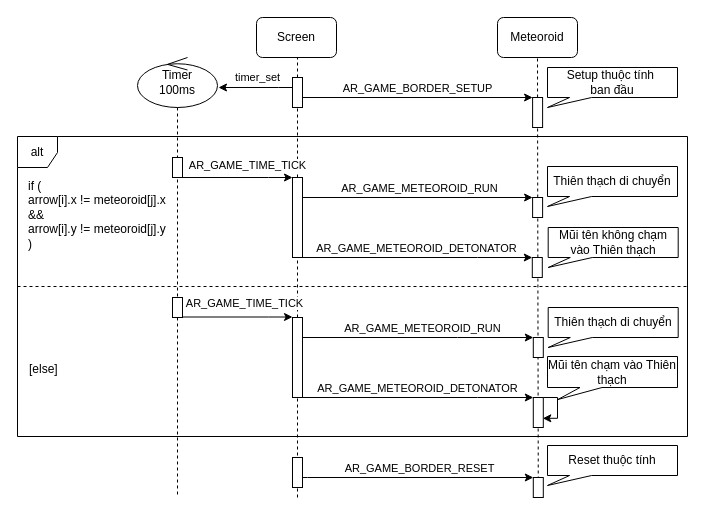
Above: page "Page-2" (2 of 2) of meteoroid_sequence.drawio in QuocBuu/drawio (draw.io), before the change. Source tidied: cells renumbered, new cells numbered last; positions are measured from the earlier drawing's top-left corner, leaving out a move shared by most shapes. Both pictures are drawn from the tidied source at 100%, with x=0, y=0 at pixel (17, 17).
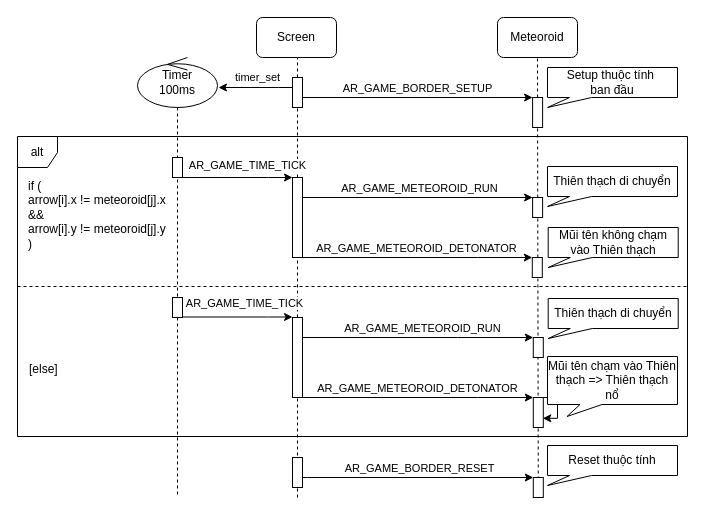
Above is the later version.

Unchanged cells that the change refers to:
```xml
<mxCell id="47" value="alt" style="shape=umlFrame;whiteSpace=wrap;html=1;width=40;height=31;" parent="1" vertex="1">
  <mxGeometry y="119" width="670" height="300" as="geometry" />
</mxCell>
```

The edit, as a diff of the source:
```diff
@@
     <mxCell id="21" value="Thiên thạch di chuyển" style="shape=callout;whiteSpace=wrap;html=1;perimeter=calloutPerimeter;position2=0;base=22;size=10;position=0.17;" parent="1" vertex="1">
-      <mxGeometry x="530.7" y="290" width="130" height="40" as="geometry" />
+      <mxGeometry x="530.7" y="281" width="130" height="40" as="geometry" />
     </mxCell>
@@
-    <mxCell id="52" value="Mũi tên chạm vào Thiên thạch" style="shape=callout;whiteSpace=wrap;html=1;perimeter=calloutPerimeter;position2=0.08;base=22;size=12;position=0.25;" parent="47" vertex="1">
-      <mxGeometry x="530" y="220" width="130" height="43" as="geometry" />
+    <mxCell id="52" value="Mũi tên chạm vào Thiên thạch =&amp;gt; Thiên thạch nổ" style="shape=callout;whiteSpace=wrap;html=1;perimeter=calloutPerimeter;position2=0.15;base=22;size=12;position=0.25;" parent="47" vertex="1">
+      <mxGeometry x="530" y="220" width="130" height="60" as="geometry" />
     </mxCell>
```
